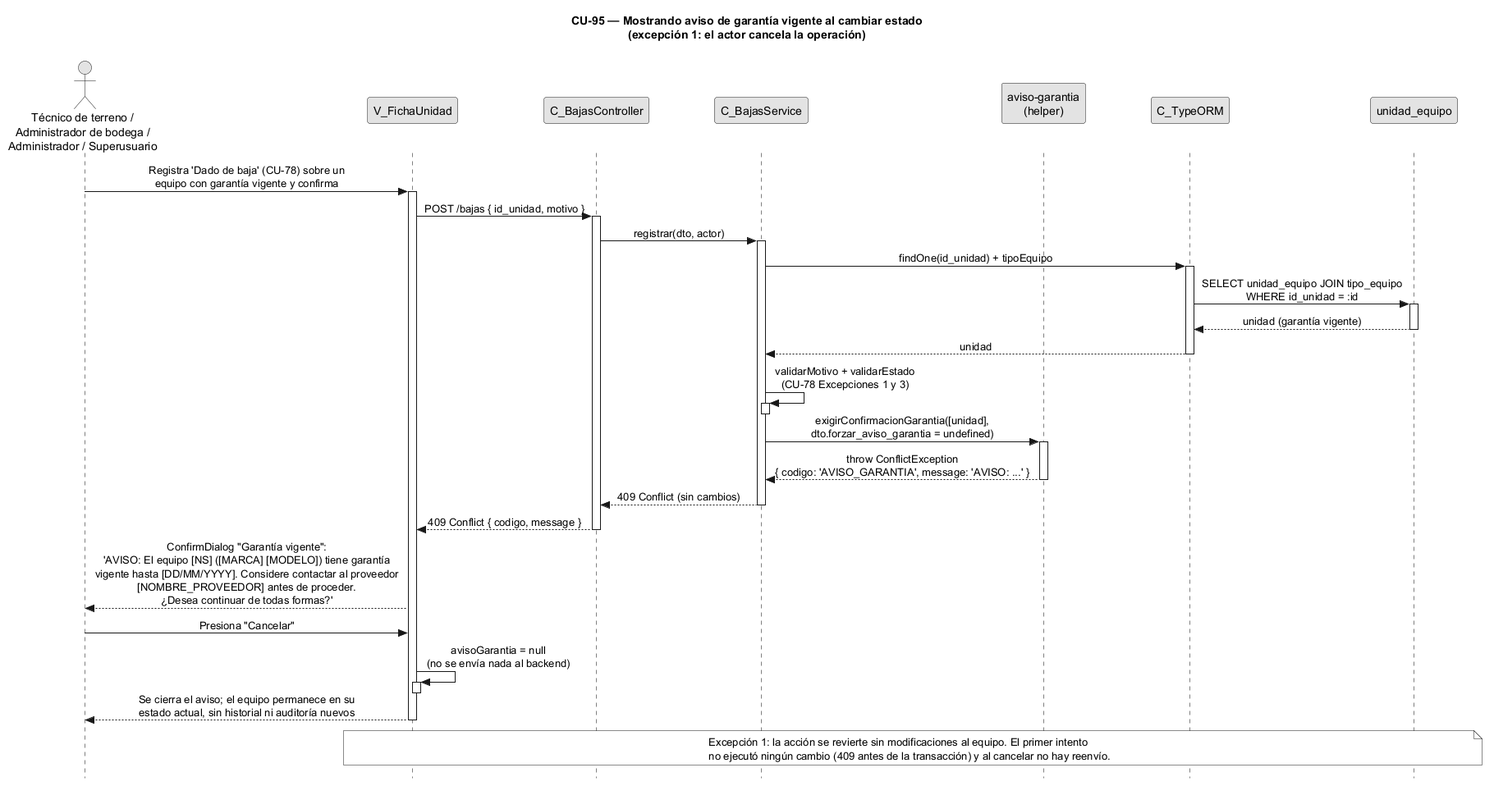
Earlier version of the PlantUML export diagramas/diagramas-secuencia/CU95/CU95-exc-cancelar.png (FSM-Finet-y-Cable-Magico/Team_1-Inventario-y-Bodega).
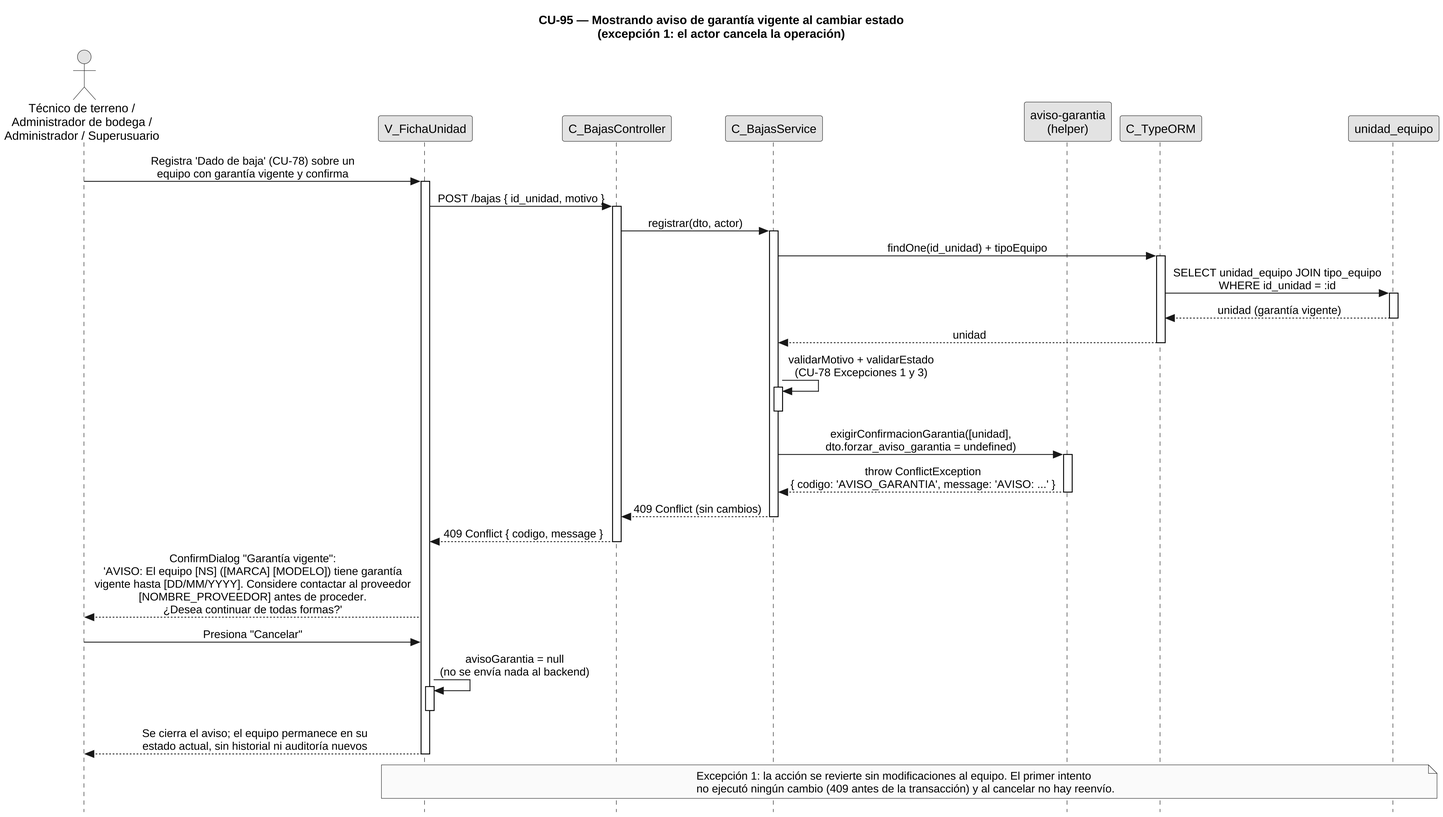
After the change.

Change to the diagram source:
```diff
@@ -1,11 +1,26 @@
 @startuml CU95-exc-cancelar
+skinparamlocked dpi 240
+skinparamlocked defaultFontName Liberation Sans
+skinparam sequenceDividerBorderThickness 0.6
+skinparam sequenceDividerBorderColor 888888
+skinparam sequenceDividerBackgroundColor white
+skinparam sequenceDividerFontStyle italic
+skinparam sequenceDividerFontColor 444444
+skinparam sequenceDividerShadowing false
 title CU-95 — Mostrando aviso de garantía vigente al cambiar estado\n(excepción 1: el actor cancela la operación)
 
 skinparam style strictuml
 skinparam monochrome true
 skinparam shadowing false
 skinparam sequenceMessageAlign center
-<style> sequenceDiagram { participant { Margin 35 } actor { Margin 15 } } </style>
+<style>
+sequenceDiagram {
+participant {
+Margin 35 }
+actor {
+Margin 15 }
+ }
+</style>
 skinparam sequence {
   MessageAlign center
   LifeLineBorderColor black
```
